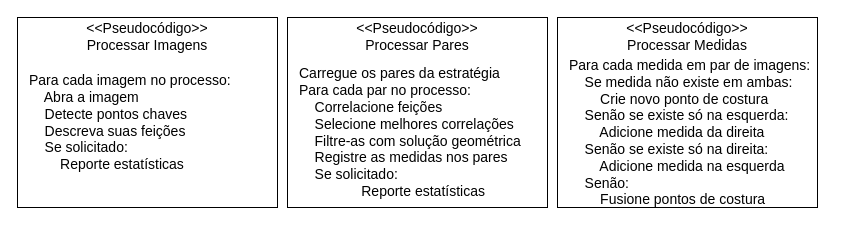
Above: page "Fluxo" (2 of 6) of Untitled Diagram.drawio in tatorj/Tcc (draw.io), before the change. Source tidied: cells renumbered, new cells numbered last; positions are measured from the earlier drawing's top-left corner, leaving out a move shared by most shapes. Both pictures are drawn from the tidied source at 100%, with x=0, y=0 at pixel (17, 17).
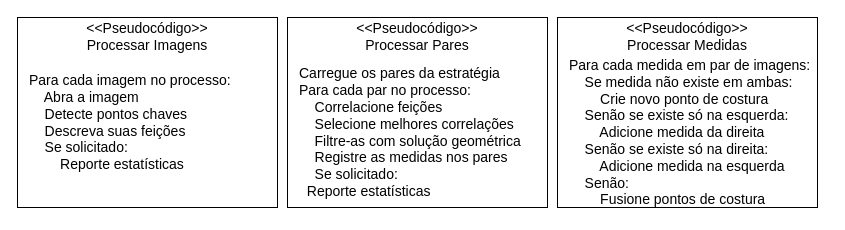
After the change.

Change to the diagram source:
```diff
@@
 <mxGraphModel>
   <root>
     <mxCell id="0" />
     <mxCell id="1" parent="0" />
     <mxCell id="2" value="&amp;lt;&amp;lt;Pseudocódigo&amp;gt;&amp;gt;&lt;br&gt;Processar Imagens&lt;br&gt;&lt;br&gt;&lt;br&gt;&lt;br&gt;&lt;br&gt;&lt;br&gt;&lt;br&gt;&lt;br&gt;&lt;br&gt;&lt;br&gt;" style="whiteSpace=wrap;html=1;fontSize=14;" parent="1" vertex="1">
       <mxGeometry width="260" height="190" as="geometry" />
     </mxCell>
     <mxCell id="3" value="Para cada imagem no processo:&lt;br&gt;&amp;nbsp; &amp;nbsp; Abra a imagem&lt;br&gt;&amp;nbsp; &amp;nbsp; Detecte pontos chaves&lt;br&gt;&amp;nbsp; &amp;nbsp; Descreva suas feições&lt;br&gt;&amp;nbsp; &amp;nbsp; Se solicitado:&lt;br&gt;&amp;nbsp; &amp;nbsp; &amp;nbsp; &amp;nbsp; Reporte estatísticas" style="text;html=1;align=left;verticalAlign=middle;strokeColor=none;fillColor=none;fontSize=14;" parent="1" vertex="1">
       <mxGeometry x="10" y="50" width="220" height="110" as="geometry" />
     </mxCell>
     <mxCell id="4" value="&amp;lt;&amp;lt;Pseudocódigo&amp;gt;&amp;gt;&lt;br&gt;Processar Pares&lt;br&gt;&lt;br&gt;&lt;br&gt;&lt;br&gt;&lt;br&gt;&lt;br&gt;&lt;br&gt;&lt;br&gt;&lt;br&gt;&lt;br&gt;" style="whiteSpace=wrap;html=1;fontSize=14;" parent="1" vertex="1">
       <mxGeometry x="270" width="260" height="190" as="geometry" />
     </mxCell>
-    <mxCell id="5" value="Carregue os pares da estratégia&lt;br&gt;Para cada par no processo:&lt;br&gt;&amp;nbsp; &amp;nbsp; Correlacione feições&lt;br&gt;&amp;nbsp; &amp;nbsp; Selecione melhores correlações&lt;br&gt;&amp;nbsp; &amp;nbsp; Filtre-as com solução geométrica&lt;br&gt;&amp;nbsp; &amp;nbsp; Registre as medidas nos pares&amp;nbsp;&lt;br&gt;&amp;nbsp; &amp;nbsp; Se solicitado:&lt;br&gt;&lt;span style=&quot;white-space: pre&quot;&gt;&#9;&lt;/span&gt;&lt;span style=&quot;white-space: pre&quot;&gt;&#9;&lt;/span&gt;Reporte estatísticas" style="text;html=1;align=left;verticalAlign=middle;strokeColor=none;fillColor=none;fontSize=14;" parent="1" vertex="1">
+    <mxCell id="5" value="Carregue os pares da estratégia&lt;br&gt;Para cada par no processo:&lt;br&gt;&amp;nbsp; &amp;nbsp; Correlacione feições&lt;br&gt;&amp;nbsp; &amp;nbsp; Selecione melhores correlações&lt;br&gt;&amp;nbsp; &amp;nbsp; Filtre-as com solução geométrica&lt;br&gt;&amp;nbsp; &amp;nbsp; Registre as medidas nos pares&amp;nbsp;&lt;br&gt;&amp;nbsp; &amp;nbsp; Se solicitado:&lt;br&gt;&lt;span style=&quot;white-space: pre&quot;&gt; &lt;/span&gt;&lt;span style=&quot;white-space: pre&quot;&gt; &lt;/span&gt;Reporte estatísticas" style="text;html=1;align=left;verticalAlign=middle;strokeColor=none;fillColor=none;fontSize=14;" parent="1" vertex="1">
       <mxGeometry x="280" y="45" width="240" height="140" as="geometry" />
     </mxCell>
     <mxCell id="6" value="&amp;lt;&amp;lt;Pseudocódigo&amp;gt;&amp;gt;&lt;br&gt;Processar Medidas&lt;br&gt;&lt;br&gt;&lt;br&gt;&lt;br&gt;&lt;br&gt;&lt;br&gt;&lt;br&gt;&lt;br&gt;&lt;br&gt;&lt;br&gt;" style="whiteSpace=wrap;html=1;fontSize=14;" parent="1" vertex="1">
       <mxGeometry x="540" width="260" height="190" as="geometry" />
     </mxCell>
     <mxCell id="7" value="Para cada medida em par de imagens:&lt;br&gt;&amp;nbsp; &amp;nbsp; Se medida não existe em ambas:&lt;br&gt;&amp;nbsp; &amp;nbsp; &amp;nbsp; &amp;nbsp; Crie novo ponto de costura&lt;br&gt;&amp;nbsp; &amp;nbsp; Senão se existe só na esquerda:&lt;br&gt;&amp;nbsp; &amp;nbsp; &amp;nbsp; &amp;nbsp; Adicione medida da direita&lt;br&gt;&amp;nbsp; &amp;nbsp; Senão se existe só na direita:&lt;br&gt;&amp;nbsp; &amp;nbsp; &amp;nbsp; &amp;nbsp; Adicione medida na esquerda&lt;br&gt;&amp;nbsp; &amp;nbsp; Senão:&lt;br&gt;&amp;nbsp; &amp;nbsp; &amp;nbsp; &amp;nbsp; Fusione pontos de costura&lt;br&gt;" style="text;html=1;align=left;verticalAlign=middle;strokeColor=none;fillColor=none;fontSize=14;" parent="1" vertex="1">
       <mxGeometry x="550" y="35" width="260" height="160" as="geometry" />
     </mxCell>
   </root>
 </mxGraphModel>
```
